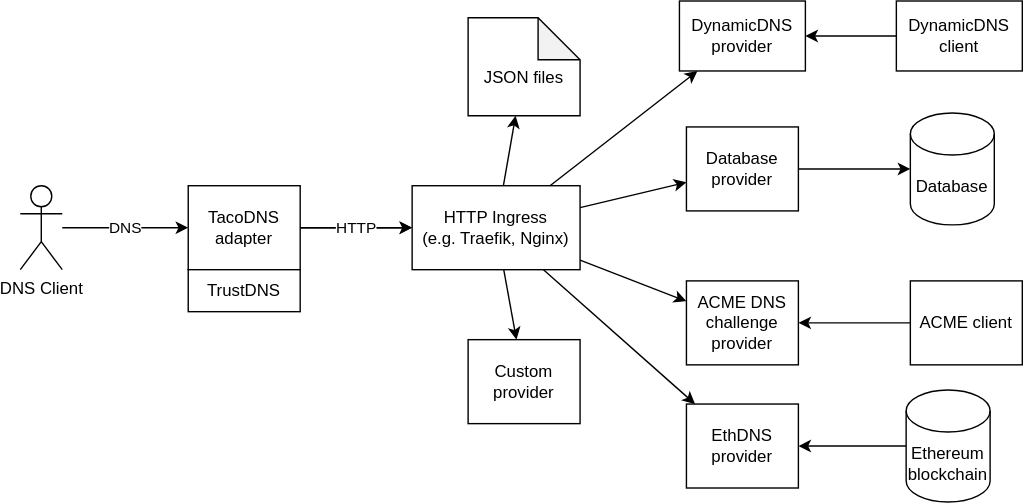
chris13524/tacodns keeps this draw.io diagram as ARCHITECTURE.drawio.svg. Above is the earlier version. Source tidied: cells renumbered, new cells last; positions are measured from the earlier drawing's top-left corner, leaving out a move shared by most shapes.
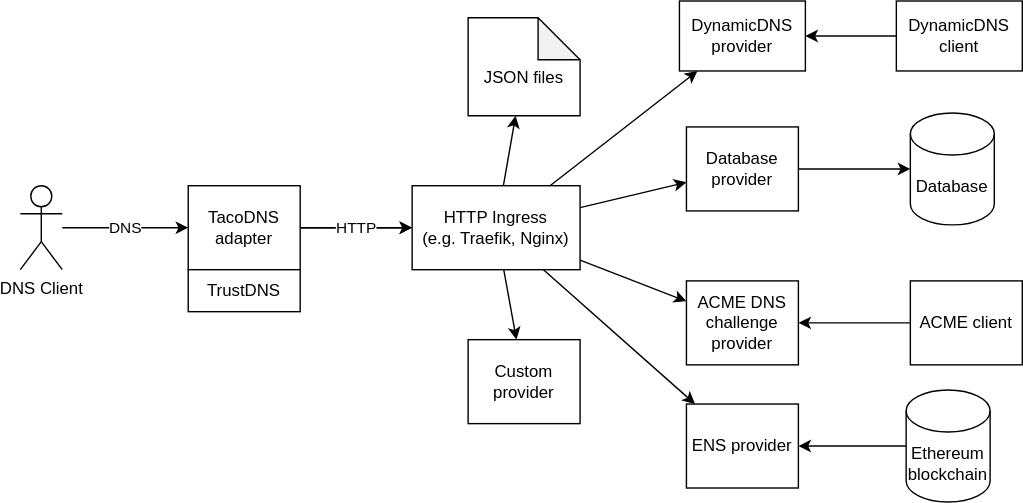
After the change.

What changed in the source:
```diff
@@ -71,7 +71,7 @@
     <mxCell id="24" value="TrustDNS" style="rounded=0;whiteSpace=wrap;html=1;" parent="1" vertex="1">
       <mxGeometry x="120" y="192" width="80" height="30" as="geometry" />
     </mxCell>
-    <mxCell id="25" value="EthDNS provider" style="rounded=0;whiteSpace=wrap;html=1;sketch=0;" parent="1" vertex="1">
+    <mxCell id="25" value="ENS provider" style="rounded=0;whiteSpace=wrap;html=1;sketch=0;" parent="1" vertex="1">
       <mxGeometry x="476" y="288" width="80" height="60" as="geometry" />
     </mxCell>
     <mxCell id="26" style="endArrow=classic;html=1;" parent="1" edge="1" source="27" target="25">
```
